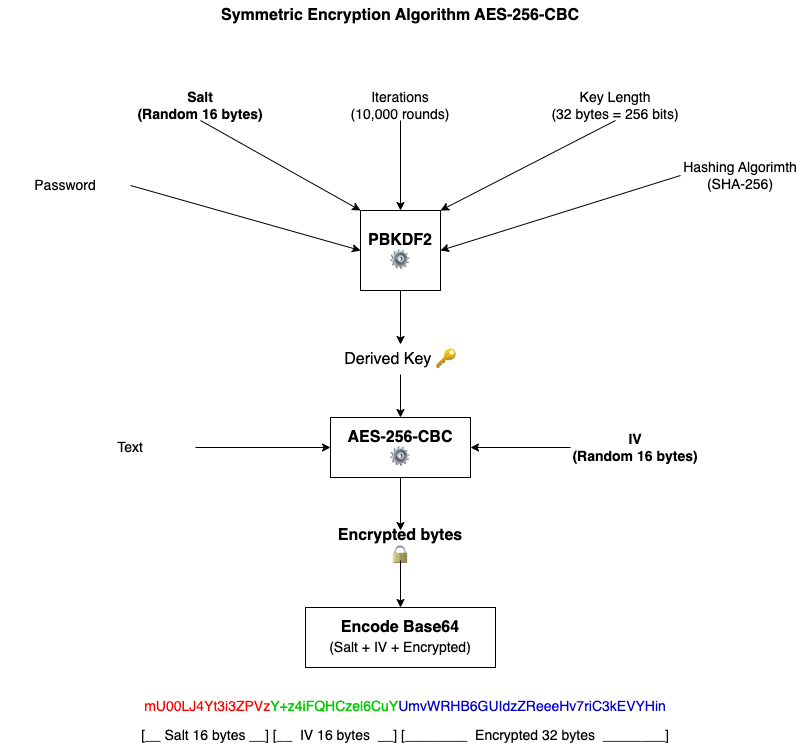
Before: aes256cbc.png, a diagram exported from draw.io (Wanatchapong/cross-platform-cryptography). Source tidied: cells renumbered, new cells last; positions are measured from the earlier drawing's top-left corner, leaving out a move shared by most shapes. The source it was exported from:
```xml
<mxGraphModel>
  <root>
    <mxCell id="0" />
    <mxCell id="1" parent="0" />
    <mxCell id="2" value="Symmetric Encryption Algorithm AES-256-CBC" style="text;html=1;strokeColor=none;fillColor=none;align=center;verticalAlign=middle;whiteSpace=wrap;rounded=0;fontStyle=1;fontSize=16;" parent="1" vertex="1">
      <mxGeometry x="195" width="410" height="30" as="geometry" />
    </mxCell>
    <mxCell id="3" style="endArrow=classic;html=1;fontSize=18;exitX=0.5;exitY=1;exitDx=0;exitDy=0;entryX=0.5;entryY=0;entryDx=0;entryDy=0;" parent="1" edge="1" source="13" target="4">
      <mxGeometry relative="1" as="geometry" />
    </mxCell>
    <mxCell id="4" value="Derived Key&amp;nbsp;🔑" style="text;html=1;strokeColor=none;fillColor=none;align=center;verticalAlign=middle;whiteSpace=wrap;rounded=0;fontSize=16;" parent="1" vertex="1">
      <mxGeometry x="335" y="344" width="130" height="30" as="geometry" />
    </mxCell>
    <mxCell id="5" value="AES-256-CBC&lt;br&gt;⚙️" style="rounded=0;whiteSpace=wrap;html=1;fontSize=16;fontStyle=1;" parent="1" vertex="1">
      <mxGeometry x="330" y="417" width="140" height="60" as="geometry" />
    </mxCell>
    <mxCell id="6" style="endArrow=classic;html=1;fontSize=16;entryX=0.5;entryY=0;entryDx=0;entryDy=0;exitX=0.5;exitY=1;exitDx=0;exitDy=0;" parent="1" edge="1" source="4" target="5">
      <mxGeometry relative="1" as="geometry" />
    </mxCell>
    <mxCell id="7" value="Text" style="text;html=1;strokeColor=none;fillColor=none;align=center;verticalAlign=middle;whiteSpace=wrap;rounded=0;fontSize=14;" parent="1" vertex="1">
      <mxGeometry x="65" y="432" width="130" height="30" as="geometry" />
    </mxCell>
    <mxCell id="8" value="IV&lt;br style=&quot;font-size: 14px;&quot;&gt;(Random 16 bytes)" style="text;html=1;strokeColor=none;fillColor=none;align=center;verticalAlign=middle;whiteSpace=wrap;rounded=0;fontSize=14;fontStyle=1;" parent="1" vertex="1">
      <mxGeometry x="570" y="432" width="130" height="30" as="geometry" />
    </mxCell>
    <mxCell id="9" style="endArrow=classic;html=1;fontSize=14;entryX=0;entryY=0.5;entryDx=0;entryDy=0;exitX=1;exitY=0.5;exitDx=0;exitDy=0;" parent="1" edge="1" source="7" target="5">
      <mxGeometry relative="1" as="geometry" />
    </mxCell>
    <mxCell id="10" style="endArrow=classic;html=1;fontSize=14;entryX=1;entryY=0.5;entryDx=0;entryDy=0;exitX=0;exitY=0.5;exitDx=0;exitDy=0;" parent="1" edge="1" source="8" target="5">
      <mxGeometry relative="1" as="geometry" />
    </mxCell>
    <mxCell id="11" style="endArrow=classic;html=1;fontSize=14;exitX=0.5;exitY=1;exitDx=0;exitDy=0;entryX=0.5;entryY=0;entryDx=0;entryDy=0;" parent="1" edge="1" source="5" target="12">
      <mxGeometry relative="1" as="geometry" />
    </mxCell>
    <mxCell id="12" value="&lt;b&gt;Encrypted bytes 🔒&lt;/b&gt;" style="text;html=1;strokeColor=none;fillColor=none;align=center;verticalAlign=middle;whiteSpace=wrap;rounded=0;fontSize=16;" parent="1" vertex="1">
      <mxGeometry x="325" y="530" width="150" height="30" as="geometry" />
    </mxCell>
    <mxCell id="13" value="PBKDF2&lt;br style=&quot;font-size: 16px;&quot;&gt;⚙️" style="whiteSpace=wrap;html=1;fontStyle=1;fontSize=16;" parent="1" vertex="1">
      <mxGeometry x="360" y="210" width="80" height="80" as="geometry" />
    </mxCell>
    <mxCell id="14" value="Password" style="text;html=1;strokeColor=none;fillColor=none;align=center;verticalAlign=middle;whiteSpace=wrap;rounded=0;fontSize=14;" parent="1" vertex="1">
      <mxGeometry y="170" width="130" height="30" as="geometry" />
    </mxCell>
    <mxCell id="15" value="Salt&lt;br style=&quot;font-size: 14px;&quot;&gt;(Random 16 bytes)" style="text;html=1;strokeColor=none;fillColor=none;align=center;verticalAlign=middle;whiteSpace=wrap;rounded=0;fontSize=14;fontStyle=1;" parent="1" vertex="1">
      <mxGeometry x="130" y="90" width="140" height="30" as="geometry" />
    </mxCell>
    <mxCell id="16" value="Iterations&lt;br style=&quot;font-size: 14px;&quot;&gt;(10,000 rounds)" style="text;html=1;strokeColor=none;fillColor=none;align=center;verticalAlign=middle;whiteSpace=wrap;rounded=0;fontSize=14;" parent="1" vertex="1">
      <mxGeometry x="330" y="90" width="140" height="30" as="geometry" />
    </mxCell>
    <mxCell id="17" value="Key Length&lt;br style=&quot;font-size: 14px;&quot;&gt;(32 bytes = 256 bits)" style="text;html=1;strokeColor=none;fillColor=none;align=center;verticalAlign=middle;whiteSpace=wrap;rounded=0;fontSize=14;" parent="1" vertex="1">
      <mxGeometry x="550" y="90" width="130" height="30" as="geometry" />
    </mxCell>
    <mxCell id="18" value="Hashing Algorimth&lt;br style=&quot;font-size: 14px;&quot;&gt;(SHA-256)" style="text;html=1;strokeColor=none;fillColor=none;align=center;verticalAlign=middle;whiteSpace=wrap;rounded=0;fontSize=14;" parent="1" vertex="1">
      <mxGeometry x="680" y="160" width="120" height="30" as="geometry" />
    </mxCell>
    <mxCell id="19" style="endArrow=classic;html=1;entryX=0;entryY=0.5;entryDx=0;entryDy=0;exitX=1;exitY=0.5;exitDx=0;exitDy=0;" parent="1" edge="1" source="14" target="13">
      <mxGeometry relative="1" as="geometry" />
    </mxCell>
    <mxCell id="20" style="endArrow=classic;html=1;entryX=0;entryY=0;entryDx=0;entryDy=0;exitX=0.5;exitY=1;exitDx=0;exitDy=0;" parent="1" edge="1" source="15" target="13">
      <mxGeometry relative="1" as="geometry" />
    </mxCell>
    <mxCell id="21" style="endArrow=classic;html=1;exitX=0.5;exitY=1;exitDx=0;exitDy=0;" parent="1" edge="1" source="16" target="13">
      <mxGeometry relative="1" as="geometry" />
    </mxCell>
    <mxCell id="22" style="endArrow=classic;html=1;entryX=1;entryY=0;entryDx=0;entryDy=0;exitX=0.5;exitY=1;exitDx=0;exitDy=0;" parent="1" edge="1" source="17" target="13">
      <mxGeometry relative="1" as="geometry" />
    </mxCell>
    <mxCell id="23" style="endArrow=classic;html=1;entryX=1;entryY=0.5;entryDx=0;entryDy=0;exitX=0;exitY=0.5;exitDx=0;exitDy=0;" parent="1" edge="1" source="18" target="13">
      <mxGeometry relative="1" as="geometry" />
    </mxCell>
    <mxCell id="24" value="Encode Base64&lt;br style=&quot;font-size: 16px;&quot;&gt;&lt;span style=&quot;font-weight: normal;&quot;&gt;&lt;font style=&quot;font-size: 14px;&quot;&gt;(Salt + IV + Encrypted)&lt;/font&gt;&lt;/span&gt;" style="rounded=0;whiteSpace=wrap;html=1;fontSize=16;fontStyle=1;" parent="1" vertex="1">
      <mxGeometry x="305" y="607" width="190" height="60" as="geometry" />
    </mxCell>
    <mxCell id="25" style="endArrow=classic;html=1;fontSize=14;entryX=0.5;entryY=0;entryDx=0;entryDy=0;exitX=0.5;exitY=1;exitDx=0;exitDy=0;" parent="1" edge="1" source="12" target="24">
      <mxGeometry relative="1" as="geometry" />
    </mxCell>
    <mxCell id="26" value="&lt;div style=&quot;background-color: rgb(255, 255, 254); line-height: 18px;&quot;&gt;&lt;font style=&quot;font-size: 14px;&quot;&gt;&lt;font color=&quot;#ff0000&quot;&gt;mU00LJ4Yt3i3ZPVz&lt;/font&gt;&lt;font color=&quot;#00cc00&quot;&gt;Y+z4iFQHCzel6CuY&lt;/font&gt;&lt;font color=&quot;#0000cc&quot;&gt;UmvWRHB6GUIdzZReeeHv7riC3kEVYHin&lt;/font&gt;&lt;/font&gt;&lt;/div&gt;" style="text;html=1;strokeColor=none;fillColor=none;align=center;verticalAlign=middle;whiteSpace=wrap;rounded=0;fontSize=14;" parent="1" vertex="1">
      <mxGeometry x="90" y="690" width="630" height="30" as="geometry" />
    </mxCell>
    <mxCell id="27" value="[__ Salt 16 bytes __]" style="text;html=1;strokeColor=none;fillColor=none;align=center;verticalAlign=middle;whiteSpace=wrap;rounded=0;fontSize=14;fontColor=#000000;" parent="1" vertex="1">
      <mxGeometry x="140" y="720" width="130" height="30" as="geometry" />
    </mxCell>
    <mxCell id="28" value="[__&amp;nbsp; IV 16 bytes&amp;nbsp; __]" style="text;html=1;strokeColor=none;fillColor=none;align=center;verticalAlign=middle;whiteSpace=wrap;rounded=0;fontSize=14;fontColor=#000000;" parent="1" vertex="1">
      <mxGeometry x="270" y="720" width="130" height="30" as="geometry" />
    </mxCell>
    <mxCell id="29" value="[________&amp;nbsp; Encrypted 32 bytes&amp;nbsp; ________]" style="text;html=1;strokeColor=none;fillColor=none;align=center;verticalAlign=middle;whiteSpace=wrap;rounded=0;fontSize=14;fontColor=#000000;" parent="1" vertex="1">
      <mxGeometry x="400" y="720" width="270" height="30" as="geometry" />
    </mxCell>
  </root>
</mxGraphModel>
```
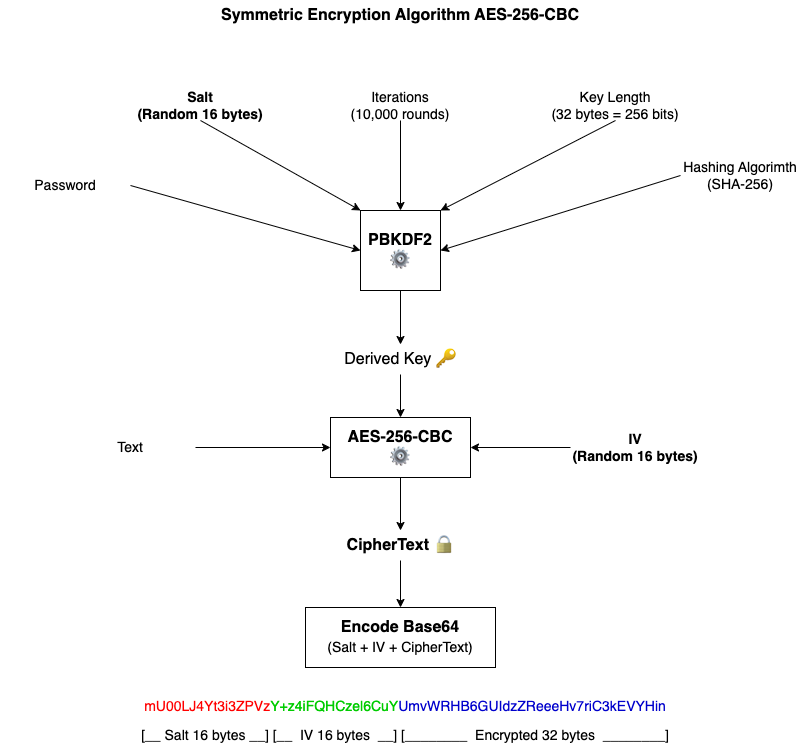
The same diagram one commit later.

Diff of the diagram source:
```diff
@@ -32,7 +32,7 @@
     <mxCell id="11" style="endArrow=classic;html=1;fontSize=14;exitX=0.5;exitY=1;exitDx=0;exitDy=0;entryX=0.5;entryY=0;entryDx=0;entryDy=0;" parent="1" edge="1" source="5" target="12">
       <mxGeometry relative="1" as="geometry" />
     </mxCell>
-    <mxCell id="12" value="&lt;b&gt;Encrypted bytes 🔒&lt;/b&gt;" style="text;html=1;strokeColor=none;fillColor=none;align=center;verticalAlign=middle;whiteSpace=wrap;rounded=0;fontSize=16;" parent="1" vertex="1">
+    <mxCell id="12" value="&lt;b&gt;CipherText 🔒&lt;/b&gt;" style="text;html=1;strokeColor=none;fillColor=none;align=center;verticalAlign=middle;whiteSpace=wrap;rounded=0;fontSize=16;" parent="1" vertex="1">
       <mxGeometry x="325" y="530" width="150" height="30" as="geometry" />
     </mxCell>
     <mxCell id="13" value="PBKDF2&lt;br style=&quot;font-size: 16px;&quot;&gt;⚙️" style="whiteSpace=wrap;html=1;fontStyle=1;fontSize=16;" parent="1" vertex="1">
@@ -68,7 +68,7 @@
     <mxCell id="23" style="endArrow=classic;html=1;entryX=1;entryY=0.5;entryDx=0;entryDy=0;exitX=0;exitY=0.5;exitDx=0;exitDy=0;" parent="1" edge="1" source="18" target="13">
       <mxGeometry relative="1" as="geometry" />
     </mxCell>
-    <mxCell id="24" value="Encode Base64&lt;br style=&quot;font-size: 16px;&quot;&gt;&lt;span style=&quot;font-weight: normal;&quot;&gt;&lt;font style=&quot;font-size: 14px;&quot;&gt;(Salt + IV + Encrypted)&lt;/font&gt;&lt;/span&gt;" style="rounded=0;whiteSpace=wrap;html=1;fontSize=16;fontStyle=1;" parent="1" vertex="1">
+    <mxCell id="24" value="Encode Base64&lt;br style=&quot;font-size: 16px;&quot;&gt;&lt;span style=&quot;font-weight: normal;&quot;&gt;&lt;font style=&quot;font-size: 14px;&quot;&gt;(Salt + IV + CipherText)&lt;/font&gt;&lt;/span&gt;" style="rounded=0;whiteSpace=wrap;html=1;fontSize=16;fontStyle=1;" parent="1" vertex="1">
       <mxGeometry x="305" y="607" width="190" height="60" as="geometry" />
     </mxCell>
     <mxCell id="25" style="endArrow=classic;html=1;fontSize=14;entryX=0.5;entryY=0;entryDx=0;entryDy=0;exitX=0.5;exitY=1;exitDx=0;exitDy=0;" parent="1" edge="1" source="12" target="24">
```
